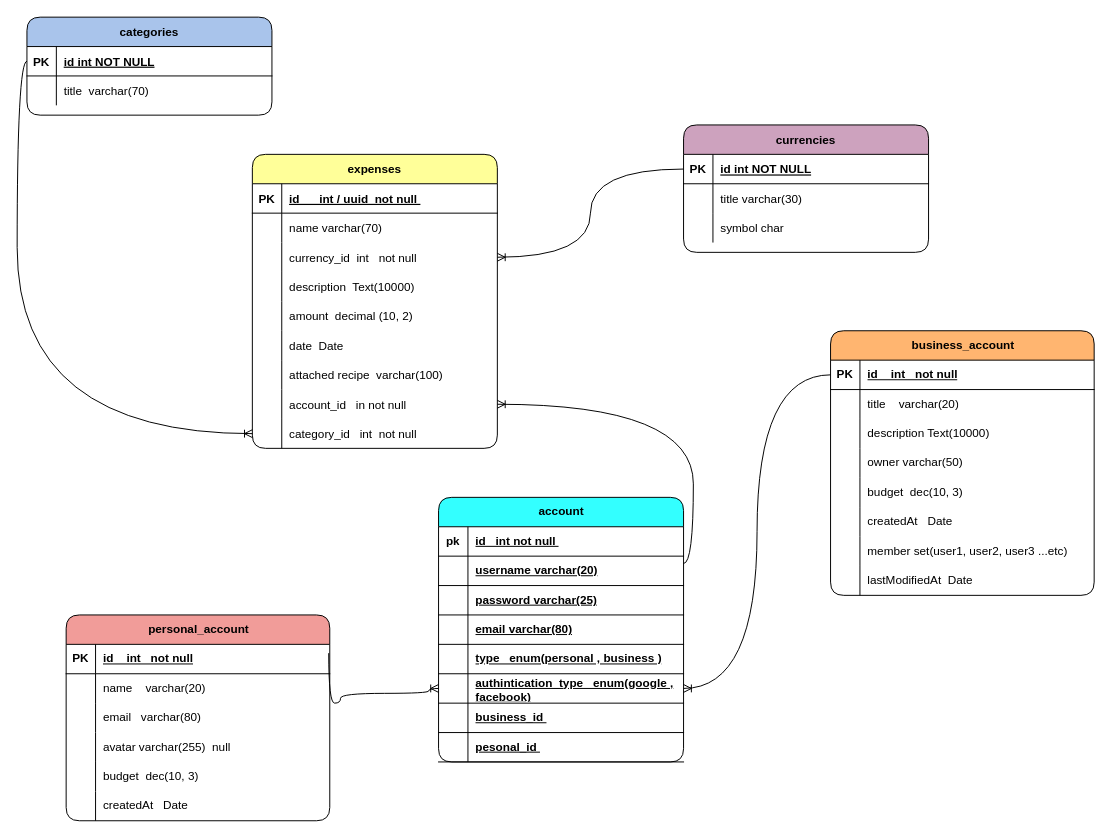
This is Untitled Diagram.drawio from aya-soghayyer/expense-tracker, a draw.io file, before an edit. Source tidied: cells renumbered, new cells numbered last; positions are measured from the earlier drawing's top-left corner, leaving out a move shared by most shapes. Both pictures are drawn from the tidied source at 98%, with x=0, y=0 at pixel (26, 17).
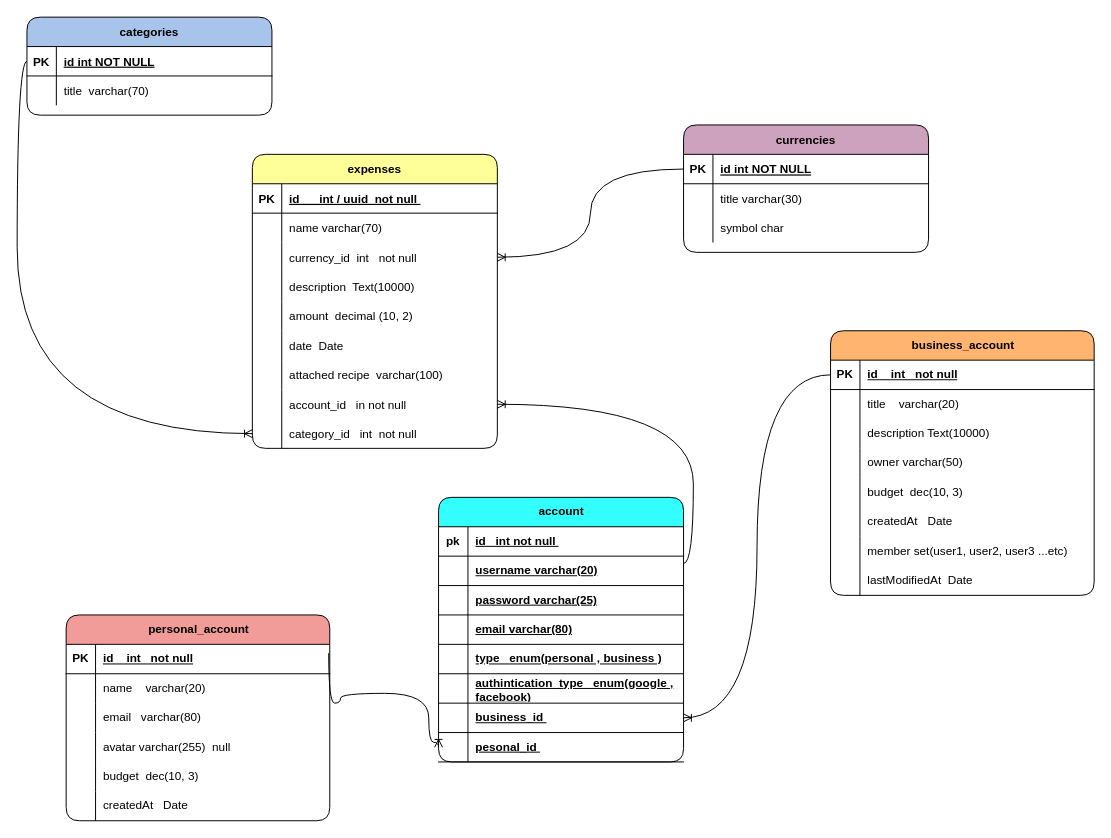
After the change.

The change refers to these unchanged cells:
```xml
<mxCell id="48" style="shape=tableRow;horizontal=0;startSize=0;swimlaneHead=0;swimlaneBody=0;fillColor=none;points=[[0,0.5],[1,0.5]];portConstraint=eastwest;top=0;left=0;right=0;bottom=1;rounded=1;" parent="47" vertex="1">
  <mxGeometry y="30" width="269" height="30" as="geometry" />
</mxCell>
<mxCell id="67" style="shape=tableRow;horizontal=0;startSize=0;swimlaneHead=0;swimlaneBody=0;fillColor=none;points=[[0,0.5],[1,0.5]];portConstraint=eastwest;top=0;left=0;right=0;bottom=1;rounded=1;" parent="66" vertex="1">
  <mxGeometry y="30" width="269" height="30" as="geometry" />
</mxCell>
<mxCell id="107" style="shape=tableRow;horizontal=0;startSize=0;swimlaneHead=0;swimlaneBody=0;fillColor=none;points=[[0,0.5],[1,0.5]];portConstraint=eastwest;top=0;left=0;right=0;bottom=1;rounded=1;" parent="91" vertex="1">
  <mxGeometry y="180" width="250" height="30" as="geometry" />
</mxCell>
<mxCell id="110" style="shape=tableRow;horizontal=0;startSize=0;swimlaneHead=0;swimlaneBody=0;fillColor=none;points=[[0,0.5],[1,0.5]];portConstraint=eastwest;top=0;left=0;right=0;bottom=1;rounded=1;" parent="91" vertex="1">
  <mxGeometry y="210" width="250" height="30" as="geometry" />
</mxCell>
<mxCell id="113" style="shape=tableRow;horizontal=0;startSize=0;swimlaneHead=0;swimlaneBody=0;fillColor=none;points=[[0,0.5],[1,0.5]];portConstraint=eastwest;top=0;left=0;right=0;bottom=1;rounded=1;" parent="91" vertex="1">
  <mxGeometry y="240" width="250" height="30" as="geometry" />
</mxCell>
```

What changed in the source:
```diff
@@
-    <mxCell id="119" style="fontSize=12;html=1;endArrow=ERoneToMany;rounded=1;exitX=0;exitY=0.5;exitDx=0;exitDy=0;edgeStyle=orthogonalEdgeStyle;curved=1;entryX=1;entryY=0.5;entryDx=0;entryDy=0;" parent="1" edge="1" source="67" target="107">
+    <mxCell id="119" style="fontSize=12;html=1;endArrow=ERoneToMany;rounded=1;exitX=0;exitY=0.5;exitDx=0;exitDy=0;edgeStyle=orthogonalEdgeStyle;curved=1;entryX=1;entryY=0.5;entryDx=0;entryDy=0;" parent="1" edge="1" source="67" target="110">
       <mxGeometry relative="1" as="geometry" />
     </mxCell>
-    <mxCell id="120" style="fontSize=12;html=1;endArrow=ERoneToMany;rounded=1;exitX=0.996;exitY=0.3;exitDx=0;exitDy=0;edgeStyle=orthogonalEdgeStyle;curved=1;entryX=0;entryY=0.5;entryDx=0;entryDy=0;exitPerimeter=0;" parent="1" edge="1" source="48" target="107">
+    <mxCell id="120" style="fontSize=12;html=1;endArrow=ERoneToMany;rounded=1;exitX=0.996;exitY=0.3;exitDx=0;exitDy=0;edgeStyle=orthogonalEdgeStyle;curved=1;entryX=0;entryY=0.5;entryDx=0;entryDy=0;exitPerimeter=0;" parent="1" edge="1" source="48" target="113">
       <mxGeometry relative="1" as="geometry">
         <Array as="points">
           <mxPoint x="308" y="700" />
           <mxPoint x="320" y="700" />
           <mxPoint x="320" y="690" />
           <mxPoint x="410" y="690" />
-          <mxPoint x="410" y="685" />
+          <mxPoint x="410" y="740" />
+          <mxPoint x="420" y="740" />
         </Array>
       </mxGeometry>
     </mxCell>
```
